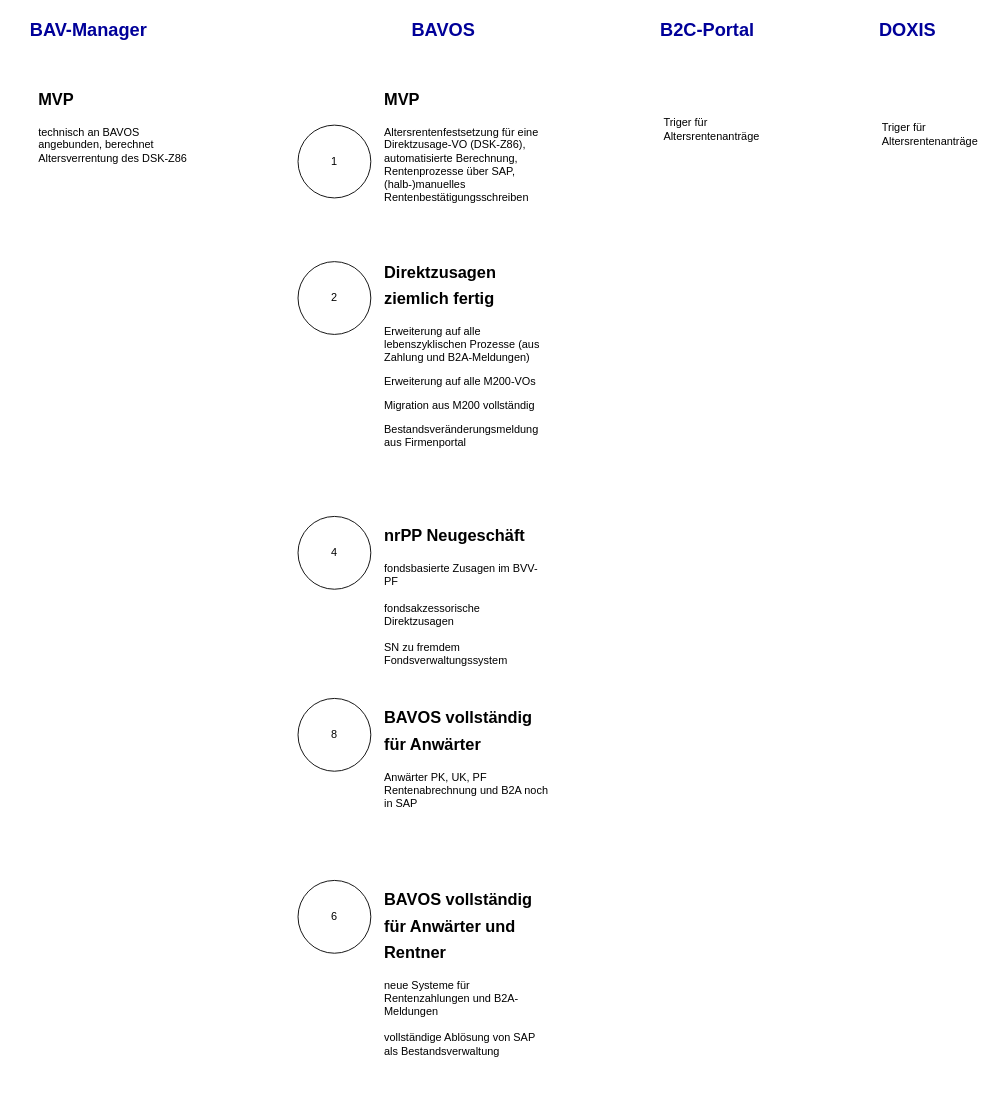
This is ITNEXT Roadmap.drawio from tzepter/diagrams, a draw.io file, before an edit. Source tidied: cells renumbered, new cells numbered last; positions are measured from the earlier drawing's top-left corner, leaving out a move shared by most shapes. Both pictures are drawn from the tidied source at 91%, with x=0, y=0 at pixel (15, 15).
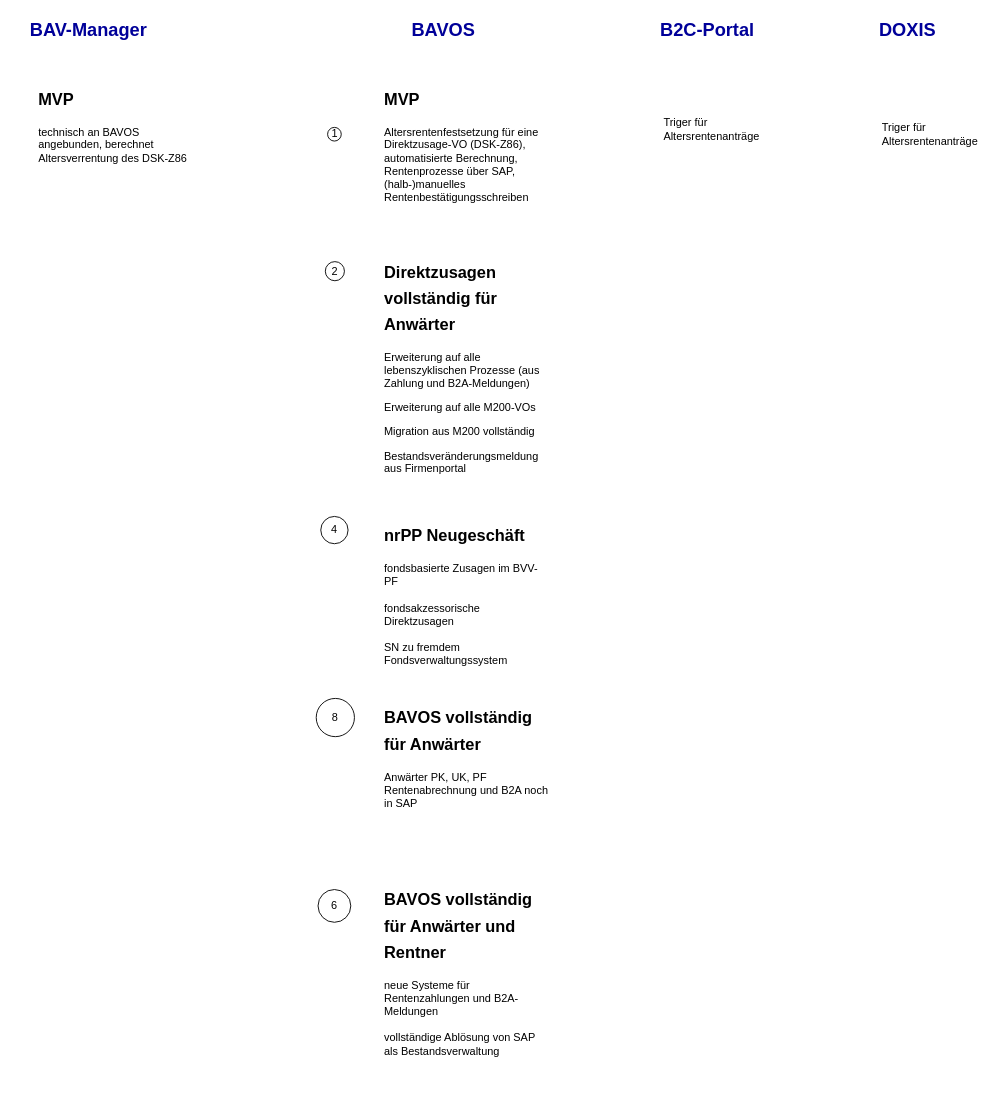
The same diagram, later.

Commit message:
BAVOS Roadmap v1

The edit, as a diff of the source:
```diff
@@
 <mxGraphModel>
   <root>
     <mxCell id="0" />
     <mxCell id="1" parent="0" />
     <mxCell id="2" value="1" style="ellipse;whiteSpace=wrap;html=1;" parent="1" vertex="1">
-      <mxGeometry x="310" y="120" width="80" height="80" as="geometry" />
+      <mxGeometry x="342.5" y="122.5" width="15" height="15" as="geometry" />
     </mxCell>
     <mxCell id="3" value="&lt;h1&gt;&lt;font style=&quot;font-size: 18px;&quot;&gt;MVP&lt;/font&gt;&lt;/h1&gt;&lt;p&gt;Altersrentenfestsetzung für eine Direktzusage-VO (DSK-Z86), automatisierte Berechnung, Rentenprozesse über SAP, (halb-)manuelles Rentenbestätigungsschreiben&lt;br&gt;&lt;/p&gt;" style="text;html=1;strokeColor=none;fillColor=none;spacing=5;spacingTop=-20;whiteSpace=wrap;overflow=hidden;rounded=0;" parent="1" vertex="1">
       <mxGeometry x="400" y="70" width="190" height="140" as="geometry" />
     </mxCell>
     <mxCell id="4" value="&lt;h1&gt;&lt;font style=&quot;font-size: 18px;&quot;&gt;MVP&lt;/font&gt;&lt;/h1&gt;technisch an BAVOS angebunden, berechnet Altersverrentung des DSK-Z86" style="text;html=1;strokeColor=none;fillColor=none;spacing=5;spacingTop=-20;whiteSpace=wrap;overflow=hidden;rounded=0;" parent="1" vertex="1">
       <mxGeometry x="20" y="70" width="190" height="120" as="geometry" />
     </mxCell>
     <mxCell id="5" value="&lt;font style=&quot;font-size: 20px;&quot; color=&quot;#000099&quot;&gt;&lt;b&gt;BAV-Manager&lt;/b&gt;&lt;/font&gt;" style="text;html=1;strokeColor=none;fillColor=none;align=center;verticalAlign=middle;whiteSpace=wrap;rounded=0;" parent="1" vertex="1">
       <mxGeometry width="160" height="30" as="geometry" />
     </mxCell>
     <mxCell id="6" value="&lt;font size=&quot;1&quot; color=&quot;#000099&quot;&gt;&lt;b style=&quot;font-size: 20px;&quot;&gt;BAVOS&lt;/b&gt;&lt;/font&gt;" style="text;html=1;strokeColor=none;fillColor=none;align=center;verticalAlign=middle;whiteSpace=wrap;rounded=0;" parent="1" vertex="1">
       <mxGeometry x="390" width="160" height="30" as="geometry" />
     </mxCell>
     <mxCell id="7" value="&lt;font size=&quot;1&quot; color=&quot;#000099&quot;&gt;&lt;b style=&quot;font-size: 20px;&quot;&gt;B2C-Portal&lt;/b&gt;&lt;/font&gt;" style="text;html=1;strokeColor=none;fillColor=none;align=center;verticalAlign=middle;whiteSpace=wrap;rounded=0;" parent="1" vertex="1">
       <mxGeometry x="680" width="160" height="30" as="geometry" />
     </mxCell>
     <mxCell id="8" value="Triger für Altersrentenanträge" style="text;html=1;strokeColor=none;fillColor=none;align=left;verticalAlign=middle;whiteSpace=wrap;rounded=0;" parent="1" vertex="1">
       <mxGeometry x="710" y="110" width="60" height="30" as="geometry" />
     </mxCell>
     <mxCell id="9" value="&lt;font size=&quot;1&quot; color=&quot;#000099&quot;&gt;&lt;b style=&quot;font-size: 20px;&quot;&gt;DOXIS&lt;/b&gt;&lt;/font&gt;" style="text;html=1;strokeColor=none;fillColor=none;align=center;verticalAlign=middle;whiteSpace=wrap;rounded=0;" parent="1" vertex="1">
       <mxGeometry x="900" width="160" height="30" as="geometry" />
     </mxCell>
     <mxCell id="10" value="Triger für Altersrentenanträge" style="text;html=1;strokeColor=none;fillColor=none;align=left;verticalAlign=middle;whiteSpace=wrap;rounded=0;" parent="1" vertex="1">
       <mxGeometry x="950" y="115" width="60" height="30" as="geometry" />
     </mxCell>
-    <mxCell id="11" value="&lt;h1&gt;&lt;font style=&quot;font-size: 18px;&quot;&gt;Direktzusagen ziemlich fertig&lt;br&gt;&lt;/font&gt;&lt;/h1&gt;&lt;p&gt;Erweiterung auf alle lebenszyklischen Prozesse (aus Zahlung und B2A-Meldungen)&lt;br&gt;&lt;/p&gt;&lt;p&gt;Erweiterung auf alle M200-VOs&lt;/p&gt;&lt;p&gt;Migration aus M200 vollständig&lt;/p&gt;&lt;p&gt;Bestandsveränderungsmeldung aus Firmenportal&lt;br&gt;&lt;/p&gt;" style="text;html=1;strokeColor=none;fillColor=none;spacing=5;spacingTop=-20;whiteSpace=wrap;overflow=hidden;rounded=0;" parent="1" vertex="1">
-      <mxGeometry x="400" y="260" width="190" height="230" as="geometry" />
+    <mxCell id="11" value="&lt;h1&gt;&lt;font style=&quot;font-size: 18px;&quot;&gt;Direktzusagen vollständig für Anwärter&lt;br&gt;&lt;/font&gt;&lt;/h1&gt;&lt;p&gt;Erweiterung auf alle lebenszyklischen Prozesse (aus Zahlung und B2A-Meldungen)&lt;br&gt;&lt;/p&gt;&lt;p&gt;Erweiterung auf alle M200-VOs&lt;/p&gt;&lt;p&gt;Migration aus M200 vollständig&lt;/p&gt;&lt;p&gt;Bestandsveränderungsmeldung aus Firmenportal&lt;br&gt;&lt;/p&gt;" style="text;html=1;strokeColor=none;fillColor=none;spacing=5;spacingTop=-20;whiteSpace=wrap;overflow=hidden;rounded=0;" parent="1" vertex="1">
+      <mxGeometry x="400" y="260" width="190" height="250" as="geometry" />
     </mxCell>
     <mxCell id="12" value="&lt;h1&gt;&lt;font style=&quot;font-size: 18px;&quot;&gt;nrPP Neugeschäft&lt;br&gt;&lt;/font&gt;&lt;/h1&gt;&lt;div&gt;fondsbasierte Zusagen im BVV-PF&lt;/div&gt;&lt;div&gt;&lt;br&gt;&lt;/div&gt;&lt;div&gt;fondsakzessorische Direktzusagen&lt;/div&gt;&lt;div&gt;&lt;br&gt;&lt;/div&gt;&lt;div&gt;SN zu fremdem Fondsverwaltungssystem&lt;br&gt;&lt;/div&gt;&lt;div&gt;&lt;br&gt;&lt;/div&gt;" style="text;html=1;strokeColor=none;fillColor=none;spacing=5;spacingTop=-20;whiteSpace=wrap;overflow=hidden;rounded=0;" parent="1" vertex="1">
       <mxGeometry x="400" y="550" width="190" height="230" as="geometry" />
     </mxCell>
     <mxCell id="13" value="&lt;h1&gt;&lt;font style=&quot;font-size: 18px;&quot;&gt;BAVOS vollständig für Anwärter&lt;br&gt;&lt;/font&gt;&lt;/h1&gt;&lt;div&gt;Anwärter PK, UK, PF&lt;/div&gt;&lt;div&gt;Rentenabrechnung und B2A noch in SAP&lt;br&gt;&lt;/div&gt;" style="text;html=1;strokeColor=none;fillColor=none;spacing=5;spacingTop=-20;whiteSpace=wrap;overflow=hidden;rounded=0;" parent="1" vertex="1">
       <mxGeometry x="400" y="750" width="190" height="180" as="geometry" />
     </mxCell>
     <mxCell id="14" value="&lt;h1&gt;&lt;font style=&quot;font-size: 18px;&quot;&gt;BAVOS vollständig für Anwärter und Rentner&lt;br&gt;&lt;/font&gt;&lt;/h1&gt;&lt;h1&gt;&lt;/h1&gt;&lt;div&gt;neue Systeme für Rentenzahlungen und B2A-Meldungen&lt;/div&gt;&lt;div&gt;&lt;br&gt;&lt;/div&gt;&lt;div&gt;vollständige Ablösung von SAP als Bestandsverwaltung&lt;br&gt;&lt;/div&gt;" style="text;html=1;strokeColor=none;fillColor=none;spacing=5;spacingTop=-20;whiteSpace=wrap;overflow=hidden;rounded=0;" parent="1" vertex="1">
       <mxGeometry x="400" y="950" width="190" height="230" as="geometry" />
     </mxCell>
     <mxCell id="15" value="2" style="ellipse;whiteSpace=wrap;html=1;" parent="1" vertex="1">
-      <mxGeometry x="310" y="270" width="80" height="80" as="geometry" />
+      <mxGeometry x="340" y="270" width="21" height="21" as="geometry" />
     </mxCell>
     <mxCell id="16" value="4" style="ellipse;whiteSpace=wrap;html=1;" parent="1" vertex="1">
-      <mxGeometry x="310" y="550" width="80" height="80" as="geometry" />
+      <mxGeometry x="335" y="550" width="30" height="30" as="geometry" />
     </mxCell>
     <mxCell id="17" value="8" style="ellipse;whiteSpace=wrap;html=1;" parent="1" vertex="1">
-      <mxGeometry x="310" y="750" width="80" height="80" as="geometry" />
+      <mxGeometry x="330" y="750" width="42" height="42" as="geometry" />
     </mxCell>
     <mxCell id="18" value="6" style="ellipse;whiteSpace=wrap;html=1;" parent="1" vertex="1">
-      <mxGeometry x="310" y="950" width="80" height="80" as="geometry" />
+      <mxGeometry x="332" y="960" width="36" height="36" as="geometry" />
     </mxCell>
   </root>
 </mxGraphModel>
```
